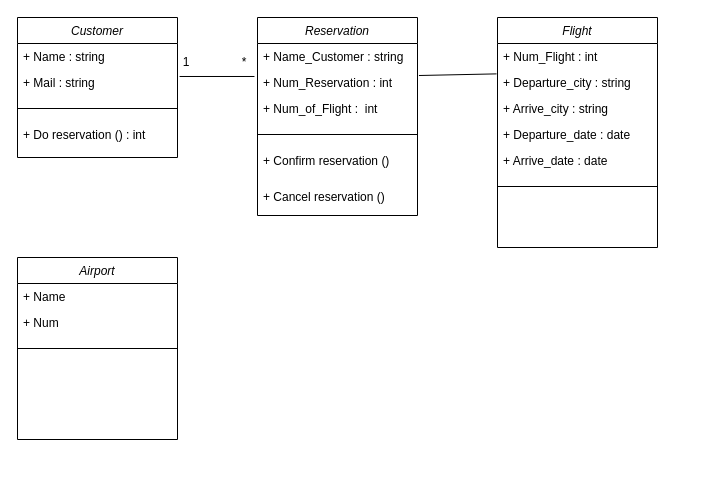
MarieBaude/exerciseUML keeps this draw.io diagram as class.drawio. Above is the earlier version. Source tidied: cells renumbered, new cells numbered last; positions are measured from the earlier drawing's top-left corner, leaving out a move shared by most shapes. Both pictures are drawn from the tidied source at 100%, with x=0, y=0 at pixel (17, 17).
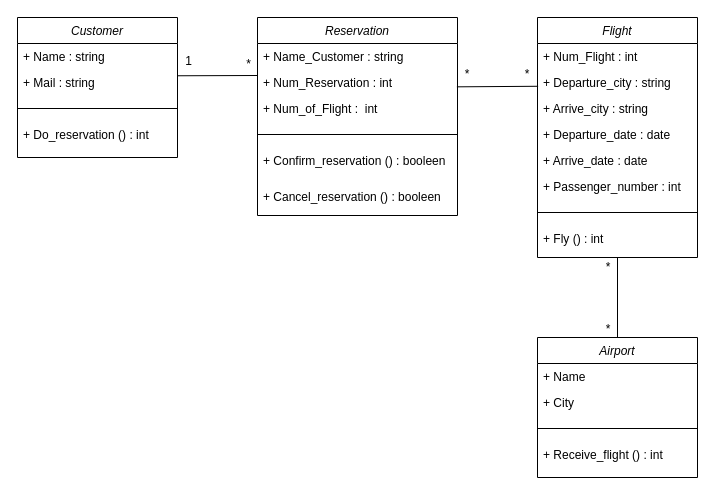
Above is the later version.

Commit message (it also covers changes not shown here):
adding more info in readme and class diagram drawio file

The change refers to these unchanged cells:
```xml
<mxCell id="2" value="Customer" style="swimlane;fontStyle=2;align=center;verticalAlign=top;horizontal=1;startSize=26;rounded=0;shadow=0;strokeWidth=1;" parent="1" vertex="1">
  <mxGeometry width="160" height="140" as="geometry" />
</mxCell>
<mxCell id="4" value="+ Mail : string" style="text;align=left;verticalAlign=top;spacingLeft=4;spacingRight=4;overflow=hidden;points=[[0,0.5],[1,0.5]];portConstraint=eastwest;" parent="2" vertex="1">
  <mxGeometry y="52" width="160" height="26" as="geometry" />
</mxCell>
<mxCell id="19" value="+ Departure_city : string" style="text;align=left;verticalAlign=top;spacingLeft=4;spacingRight=4;overflow=hidden;points=[[0,0.5],[1,0.5]];portConstraint=eastwest;" parent="17" vertex="1">
  <mxGeometry y="52" width="160" height="26" as="geometry" />
</mxCell>
```

Diff of the diagram source:
```diff
@@
-    <mxCell id="6" value="+ Do reservation () : int" style="text;align=left;verticalAlign=top;spacingLeft=4;spacingRight=4;overflow=hidden;" parent="2" vertex="1">
+    <mxCell id="6" value="+ Do_reservation () : int" style="text;align=left;verticalAlign=top;spacingLeft=4;spacingRight=4;overflow=hidden;" parent="2" vertex="1">
       <mxGeometry y="104" width="160" height="26" as="geometry" />
     </mxCell>
     <mxCell id="7" value="Reservation" style="swimlane;fontStyle=2;align=center;verticalAlign=top;horizontal=1;startSize=26;rounded=0;shadow=0;strokeWidth=1;" parent="1" vertex="1">
-      <mxGeometry x="240" width="160" height="198" as="geometry" />
+      <mxGeometry x="240" width="200" height="198" as="geometry" />
     </mxCell>
     <mxCell id="8" value="+ Name_Customer : string" style="text;align=left;verticalAlign=top;spacingLeft=4;spacingRight=4;overflow=hidden;" parent="7" vertex="1">
-      <mxGeometry y="26" width="160" height="26" as="geometry" />
+      <mxGeometry y="26" width="200" height="26" as="geometry" />
     </mxCell>
     <mxCell id="9" value="+ Num_Reservation : int" style="text;align=left;verticalAlign=top;spacingLeft=4;spacingRight=4;overflow=hidden;points=[[0,0.5],[1,0.5]];portConstraint=eastwest;" parent="7" vertex="1">
-      <mxGeometry y="52" width="160" height="26" as="geometry" />
+      <mxGeometry y="52" width="200" height="26" as="geometry" />
     </mxCell>
     <mxCell id="10" value="+ Num_of_Flight :  int" style="text;align=left;verticalAlign=top;spacingLeft=4;spacingRight=4;overflow=hidden;" parent="7" vertex="1">
-      <mxGeometry y="78" width="160" height="26" as="geometry" />
+      <mxGeometry y="78" width="200" height="26" as="geometry" />
     </mxCell>
     <mxCell id="11" style="line;html=1;strokeWidth=1;align=left;verticalAlign=middle;spacingTop=-1;spacingLeft=3;spacingRight=3;labelPosition=right;" parent="7" vertex="1">
-      <mxGeometry y="104" width="160" height="26" as="geometry" />
+      <mxGeometry y="104" width="200" height="26" as="geometry" />
     </mxCell>
-    <mxCell id="12" value="+ Confirm reservation ()" style="text;align=left;verticalAlign=top;spacingLeft=4;spacingRight=4;overflow=hidden;" parent="7" vertex="1">
-      <mxGeometry y="130" width="160" height="36" as="geometry" />
+    <mxCell id="12" value="+ Confirm_reservation () : booleen" style="text;align=left;verticalAlign=top;spacingLeft=4;spacingRight=4;overflow=hidden;" parent="7" vertex="1">
+      <mxGeometry y="130" width="200" height="36" as="geometry" />
     </mxCell>
-    <mxCell id="13" value="+ Cancel reservation ()" style="text;align=left;verticalAlign=top;spacingLeft=4;spacingRight=4;overflow=hidden;" parent="7" vertex="1">
-      <mxGeometry y="166" width="160" height="32" as="geometry" />
+    <mxCell id="13" value="+ Cancel_reservation () : booleen" style="text;align=left;verticalAlign=top;spacingLeft=4;spacingRight=4;overflow=hidden;" parent="7" vertex="1">
+      <mxGeometry y="166" width="200" height="32" as="geometry" />
     </mxCell>
-    <mxCell id="14" style="endArrow=none;html=1;rounded=0;exitX=1.013;exitY=0.269;exitDx=0;exitDy=0;entryX=-0.019;entryY=0.269;entryDx=0;entryDy=0;entryPerimeter=0;exitPerimeter=0;" parent="1" edge="1" source="4" target="9">
-      <mxGeometry relative="1" as="geometry" />
+    <mxCell id="14" style="endArrow=none;html=1;rounded=0;exitX=1.001;exitY=0.241;exitDx=0;exitDy=0;exitPerimeter=0;" parent="1" edge="1" source="4">
+      <mxGeometry relative="1" as="geometry">
+        <mxPoint x="240" y="58" as="targetPoint" />
+      </mxGeometry>
     </mxCell>
     <mxCell id="15" value="1" style="text;html=1;strokeColor=none;fillColor=none;align=center;verticalAlign=middle;whiteSpace=wrap;rounded=0;" parent="1" vertex="1">
-      <mxGeometry x="139" y="30" width="60" height="30" as="geometry" />
+      <mxGeometry x="160" y="36" width="23" height="15" as="geometry" />
     </mxCell>
     <mxCell id="16" value="&lt;font style=&quot;font-size: 12px&quot;&gt;*&lt;/font&gt;" style="text;html=1;strokeColor=none;fillColor=none;align=center;verticalAlign=middle;whiteSpace=wrap;rounded=0;fontSize=17;" parent="1" vertex="1">
-      <mxGeometry x="197" y="29" width="60" height="30" as="geometry" />
+      <mxGeometry x="223" y="40" width="17" height="11" as="geometry" />
     </mxCell>
     <mxCell id="17" value="Flight" style="swimlane;fontStyle=2;align=center;verticalAlign=top;horizontal=1;startSize=26;rounded=0;shadow=0;strokeWidth=1;" parent="1" vertex="1">
-      <mxGeometry x="480" width="160" height="230" as="geometry" />
+      <mxGeometry x="520" width="160" height="240" as="geometry" />
     </mxCell>
@@
+    <mxCell id="29" value="+ Passenger_number : int" style="text;align=left;verticalAlign=top;spacingLeft=4;spacingRight=4;overflow=hidden;" parent="17" vertex="1">
+      <mxGeometry y="156" width="160" height="26" as="geometry" />
+    </mxCell>
     <mxCell id="23" style="line;html=1;strokeWidth=1;align=left;verticalAlign=middle;spacingTop=-1;spacingLeft=3;spacingRight=3;labelPosition=right;" parent="17" vertex="1">
-      <mxGeometry y="156" width="160" height="26" as="geometry" />
+      <mxGeometry y="182" width="160" height="26" as="geometry" />
     </mxCell>
+    <mxCell id="30" value="+ Fly () : int" style="text;align=left;verticalAlign=top;spacingLeft=4;spacingRight=4;overflow=hidden;" parent="17" vertex="1">
+      <mxGeometry y="208" width="160" height="26" as="geometry" />
+    </mxCell>
     <mxCell id="24" value="Airport" style="swimlane;fontStyle=2;align=center;verticalAlign=top;horizontal=1;startSize=26;rounded=0;shadow=0;strokeWidth=1;" parent="1" vertex="1">
-      <mxGeometry y="240" width="160" height="182" as="geometry" />
+      <mxGeometry x="520" y="320" width="160" height="140" as="geometry" />
     </mxCell>
@@
-    <mxCell id="26" value="+ Num" style="text;align=left;verticalAlign=top;spacingLeft=4;spacingRight=4;overflow=hidden;" parent="24" vertex="1">
-      <mxGeometry y="52" width="160" height="26" as="geometry" />
-    </mxCell>
+    <mxCell id="31" value="+ City" style="text;align=left;verticalAlign=top;spacingLeft=4;spacingRight=4;overflow=hidden;" parent="24" vertex="1">
+      <mxGeometry y="52" width="160" height="26" as="geometry" />
+    </mxCell>
@@
+    <mxCell id="32" value="+ Receive_flight () : int" style="text;align=left;verticalAlign=top;spacingLeft=4;spacingRight=4;overflow=hidden;" parent="24" vertex="1">
+      <mxGeometry y="104" width="160" height="26" as="geometry" />
+    </mxCell>
-    <mxCell id="28" style="endArrow=none;html=1;rounded=0;fontSize=12;exitX=1.009;exitY=0.231;exitDx=0;exitDy=0;exitPerimeter=0;entryX=-0.006;entryY=0.169;entryDx=0;entryDy=0;entryPerimeter=0;" parent="1" edge="1" source="9" target="19">
+    <mxCell id="28" style="endArrow=none;html=1;rounded=0;fontSize=12;entryX=0.004;entryY=0.645;entryDx=0;entryDy=0;entryPerimeter=0;exitX=0.997;exitY=0.667;exitDx=0;exitDy=0;exitPerimeter=0;" parent="1" edge="1" source="9" target="19">
       <mxGeometry relative="1" as="geometry" />
     </mxCell>
+    <mxCell id="33" value="&lt;font style=&quot;font-size: 12px&quot;&gt;*&lt;/font&gt;" style="text;html=1;strokeColor=none;fillColor=none;align=center;verticalAlign=middle;whiteSpace=wrap;rounded=0;fontSize=17;" parent="1" vertex="1">
+      <mxGeometry x="500" y="51" width="20" height="10" as="geometry" />
+    </mxCell>
+    <mxCell id="34" value="&lt;font style=&quot;font-size: 12px&quot;&gt;*&lt;/font&gt;" style="text;html=1;strokeColor=none;fillColor=none;align=center;verticalAlign=middle;whiteSpace=wrap;rounded=0;fontSize=17;" parent="1" vertex="1">
+      <mxGeometry x="440" y="51" width="20" height="10" as="geometry" />
+    </mxCell>
+    <mxCell id="35" style="endArrow=none;html=1;rounded=0;entryX=0.5;entryY=1;entryDx=0;entryDy=0;exitX=0.5;exitY=0;exitDx=0;exitDy=0;" parent="1" edge="1" source="24" target="17">
+      <mxGeometry relative="1" as="geometry" />
+    </mxCell>
+    <mxCell id="36" value="&lt;font style=&quot;font-size: 12px&quot;&gt;*&lt;/font&gt;" style="text;html=1;strokeColor=none;fillColor=none;align=center;verticalAlign=middle;whiteSpace=wrap;rounded=0;fontSize=17;" parent="1" vertex="1">
+      <mxGeometry x="580" y="302" width="22" height="18" as="geometry" />
+    </mxCell>
+    <mxCell id="37" value="&lt;font style=&quot;font-size: 12px&quot;&gt;*&lt;/font&gt;" style="text;html=1;strokeColor=none;fillColor=none;align=center;verticalAlign=middle;whiteSpace=wrap;rounded=0;fontSize=17;" parent="1" vertex="1">
+      <mxGeometry x="580" y="240" width="22" height="18" as="geometry" />
+    </mxCell>
```
